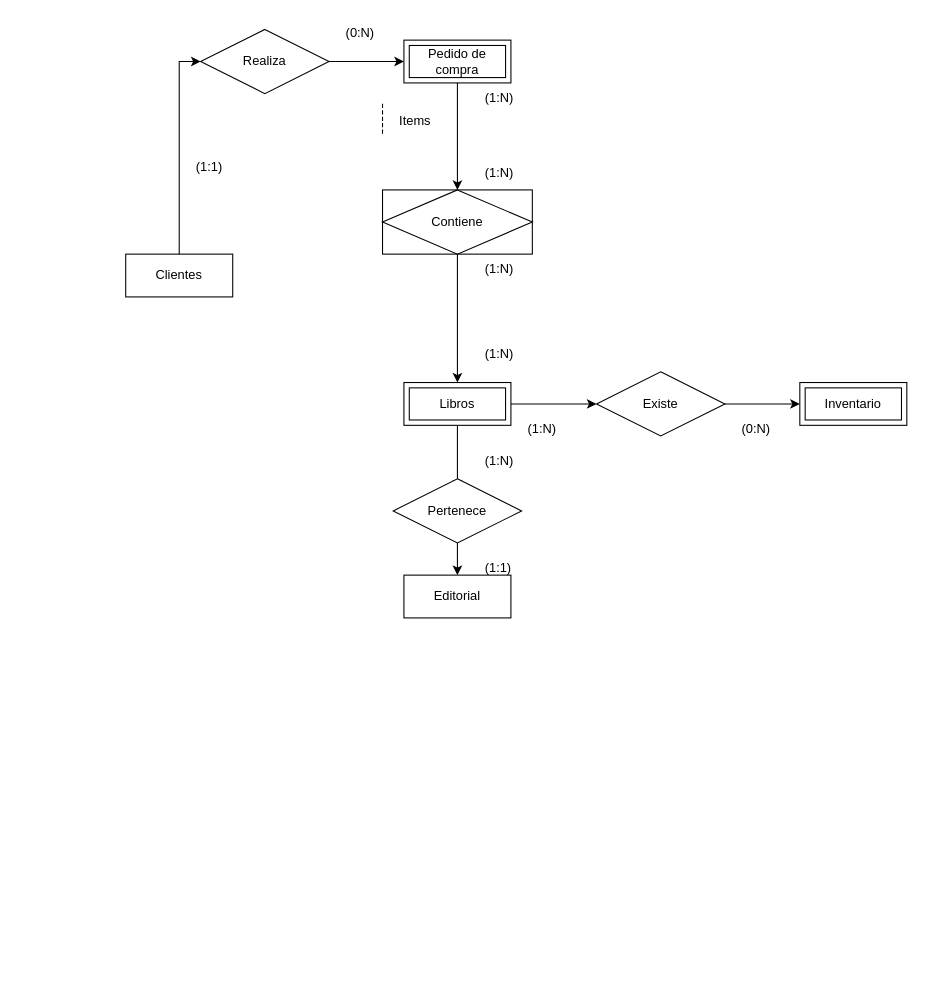
Above: modelo.drawio in LuisEnriquePH/Modelado-base-de-datos (draw.io), before the change. Source tidied: cells renumbered, new cells numbered last; positions are measured from the earlier drawing's top-left corner, leaving out a move shared by most shapes. Both pictures are drawn from the tidied source at 107%, with x=0, y=0 at pixel (125, 18).
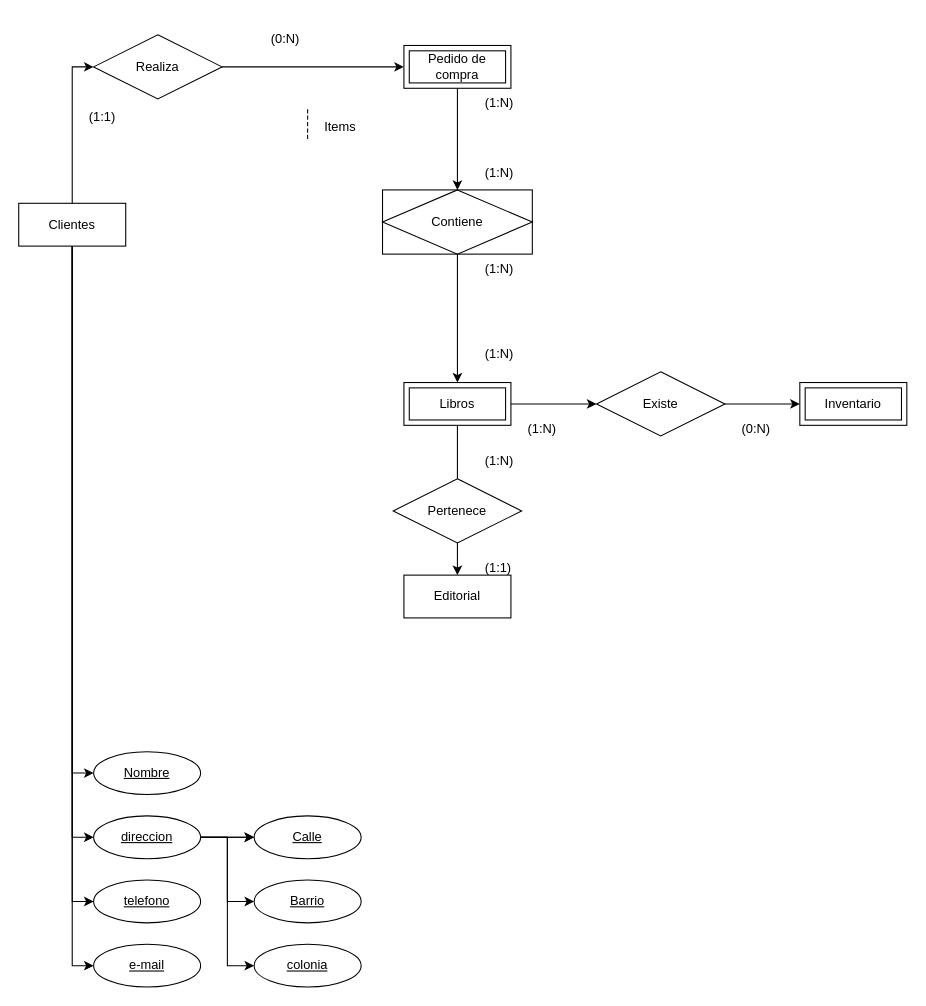
After the change.

What changed in the source:
```diff
@@
+    <mxCell id="31" style="edgeStyle=orthogonalEdgeStyle;rounded=0;jettySize=auto;html=1;exitX=0.5;exitY=1;exitDx=0;exitDy=0;entryX=0;entryY=0.5;entryDx=0;entryDy=0;" parent="1" edge="1" source="2" target="35">
+      <mxGeometry relative="1" as="geometry" />
+    </mxCell>
+    <mxCell id="32" style="edgeStyle=orthogonalEdgeStyle;rounded=0;jettySize=auto;html=1;exitX=0.5;exitY=1;exitDx=0;exitDy=0;entryX=0;entryY=0.5;entryDx=0;entryDy=0;" parent="1" edge="1" source="2" target="40">
+      <mxGeometry relative="1" as="geometry" />
+    </mxCell>
+    <mxCell id="33" style="edgeStyle=orthogonalEdgeStyle;rounded=0;jettySize=auto;html=1;entryX=0;entryY=0.5;entryDx=0;entryDy=0;" parent="1" edge="1" source="2" target="41">
+      <mxGeometry relative="1" as="geometry" />
+    </mxCell>
+    <mxCell id="34" style="edgeStyle=orthogonalEdgeStyle;rounded=0;jettySize=auto;html=1;entryX=0;entryY=0.5;entryDx=0;entryDy=0;" parent="1" edge="1" source="2" target="42">
+      <mxGeometry relative="1" as="geometry" />
+    </mxCell>
     <mxCell id="2" value="Clientes" style="whiteSpace=wrap;html=1;align=center;" parent="1" vertex="1">
-      <mxGeometry y="220" width="100" height="40" as="geometry" />
+      <mxGeometry x="-100" y="172.5" width="100" height="40" as="geometry" />
     </mxCell>
@@
     <mxCell id="9" value="Pedido de compra" style="shape=ext;margin=3;double=1;whiteSpace=wrap;html=1;align=center;" parent="1" vertex="1">
-      <mxGeometry x="260" y="20" width="100" height="40" as="geometry" />
+      <mxGeometry x="260" y="25" width="100" height="40" as="geometry" />
     </mxCell>
@@
     <mxCell id="11" value="Realiza" style="shape=rhombus;perimeter=rhombusPerimeter;whiteSpace=wrap;html=1;align=center;" parent="1" vertex="1">
-      <mxGeometry x="70" y="10" width="120" height="60" as="geometry" />
+      <mxGeometry x="-30" y="15" width="120" height="60" as="geometry" />
     </mxCell>
@@
     <mxCell id="13" value="(1:1)" style="text;strokeColor=none;fillColor=none;spacingLeft=4;spacingRight=4;overflow=hidden;fontSize=12;whiteSpace=wrap;html=1;" parent="1" vertex="1">
-      <mxGeometry x="60" y="125" width="40" height="30" as="geometry" />
+      <mxGeometry x="-40" y="77.5" width="40" height="30" as="geometry" />
     </mxCell>
     <mxCell id="14" value="(0:N)" style="text;strokeColor=none;fillColor=none;spacingLeft=4;spacingRight=4;overflow=hidden;fontSize=12;whiteSpace=wrap;html=1;" parent="1" vertex="1">
-      <mxGeometry x="200" width="40" height="30" as="geometry" />
+      <mxGeometry x="130" y="5" width="40" height="30" as="geometry" />
     </mxCell>
@@
     <mxCell id="16" value="(1:N)" style="text;strokeColor=none;fillColor=none;spacingLeft=4;spacingRight=4;overflow=hidden;fontSize=12;whiteSpace=wrap;html=1;" parent="1" vertex="1">
-      <mxGeometry x="330" y="60" width="40" height="30" as="geometry" />
+      <mxGeometry x="330" y="65" width="40" height="30" as="geometry" />
     </mxCell>
@@
     <mxCell id="27" value="Items" style="shape=partialRectangle;fillColor=none;align=left;verticalAlign=middle;strokeColor=none;spacingLeft=34;" parent="1" vertex="1">
-      <mxGeometry x="220" y="80" width="60" height="30" as="geometry" />
+      <mxGeometry x="150" y="85" width="60" height="30" as="geometry" />
     </mxCell>
@@
+    <mxCell id="35" value="Nombre" style="ellipse;whiteSpace=wrap;html=1;align=center;fontStyle=4;" parent="1" vertex="1">
+      <mxGeometry x="-30" y="685" width="100" height="40" as="geometry" />
+    </mxCell>
+    <mxCell id="36" style="edgeStyle=orthogonalEdgeStyle;rounded=0;jettySize=auto;html=1;entryX=0;entryY=0.5;entryDx=0;entryDy=0;" parent="1" edge="1" source="40" target="43">
+      <mxGeometry relative="1" as="geometry" />
+    </mxCell>
+    <mxCell id="37" style="edgeStyle=orthogonalEdgeStyle;rounded=0;jettySize=auto;html=1;" parent="1" edge="1" source="40" target="43">
+      <mxGeometry relative="1" as="geometry" />
+    </mxCell>
+    <mxCell id="38" style="edgeStyle=orthogonalEdgeStyle;rounded=0;jettySize=auto;html=1;exitX=1;exitY=0.5;exitDx=0;exitDy=0;entryX=0;entryY=0.5;entryDx=0;entryDy=0;" parent="1" edge="1" source="40" target="44">
+      <mxGeometry relative="1" as="geometry" />
+    </mxCell>
+    <mxCell id="39" style="edgeStyle=orthogonalEdgeStyle;rounded=0;jettySize=auto;html=1;entryX=0;entryY=0.5;entryDx=0;entryDy=0;" parent="1" edge="1" source="40" target="45">
+      <mxGeometry relative="1" as="geometry" />
+    </mxCell>
+    <mxCell id="40" value="direccion" style="ellipse;whiteSpace=wrap;html=1;align=center;fontStyle=4;" parent="1" vertex="1">
+      <mxGeometry x="-30" y="745" width="100" height="40" as="geometry" />
+    </mxCell>
+    <mxCell id="41" value="telefono" style="ellipse;whiteSpace=wrap;html=1;align=center;fontStyle=4;" parent="1" vertex="1">
+      <mxGeometry x="-30" y="805" width="100" height="40" as="geometry" />
+    </mxCell>
+    <mxCell id="42" value="e-mail" style="ellipse;whiteSpace=wrap;html=1;align=center;fontStyle=4;" parent="1" vertex="1">
+      <mxGeometry x="-30" y="865" width="100" height="40" as="geometry" />
+    </mxCell>
+    <mxCell id="43" value="Calle" style="ellipse;whiteSpace=wrap;html=1;align=center;fontStyle=4;" parent="1" vertex="1">
+      <mxGeometry x="120" y="745" width="100" height="40" as="geometry" />
+    </mxCell>
+    <mxCell id="44" value="Barrio" style="ellipse;whiteSpace=wrap;html=1;align=center;fontStyle=4;" parent="1" vertex="1">
+      <mxGeometry x="120" y="805" width="100" height="40" as="geometry" />
+    </mxCell>
+    <mxCell id="45" value="colonia" style="ellipse;whiteSpace=wrap;html=1;align=center;fontStyle=4;" parent="1" vertex="1">
+      <mxGeometry x="120" y="865" width="100" height="40" as="geometry" />
+    </mxCell>
```
